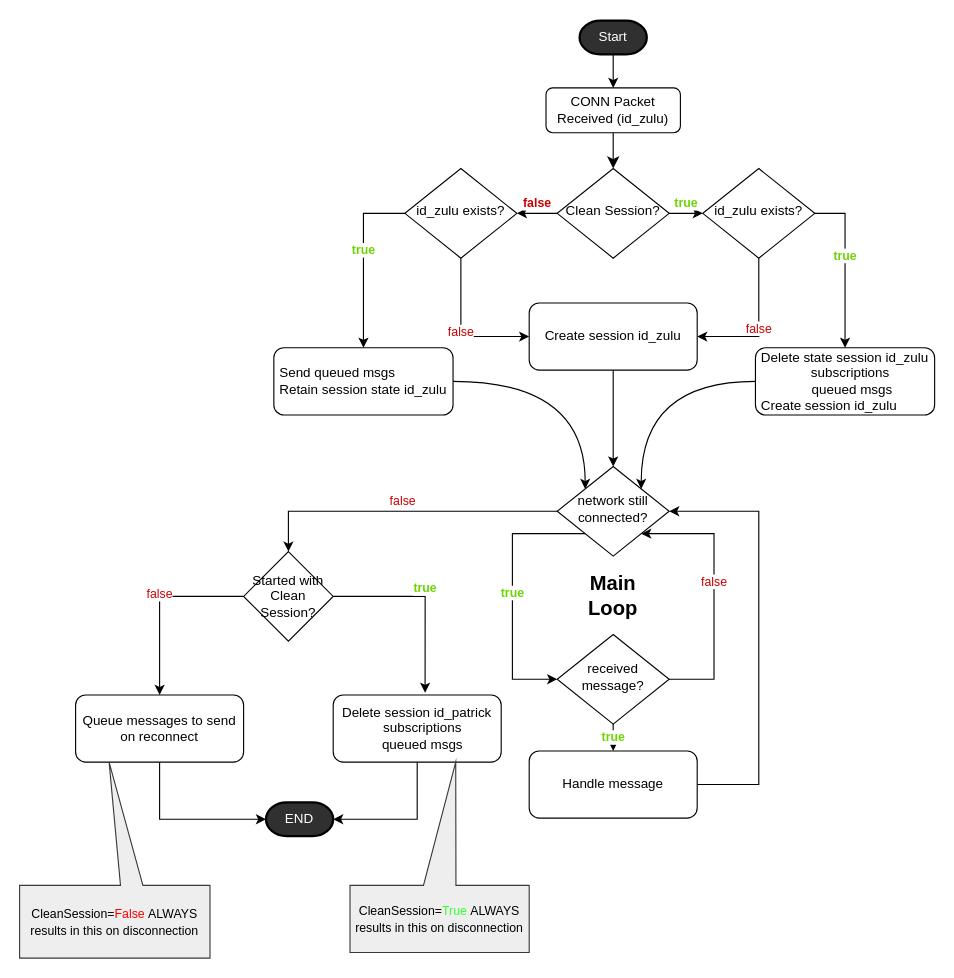
Earlier version of the draw.io diagram sources/clean-session-flow.drawio (oasis-tcs/openc2-transf-mqtt). Source tidied: cells renumbered, new cells numbered last; positions are measured from the earlier drawing's top-left corner, leaving out a move shared by most shapes. Both pictures are drawn from the tidied source at 112%, with x=0, y=0 at pixel (19, 20).
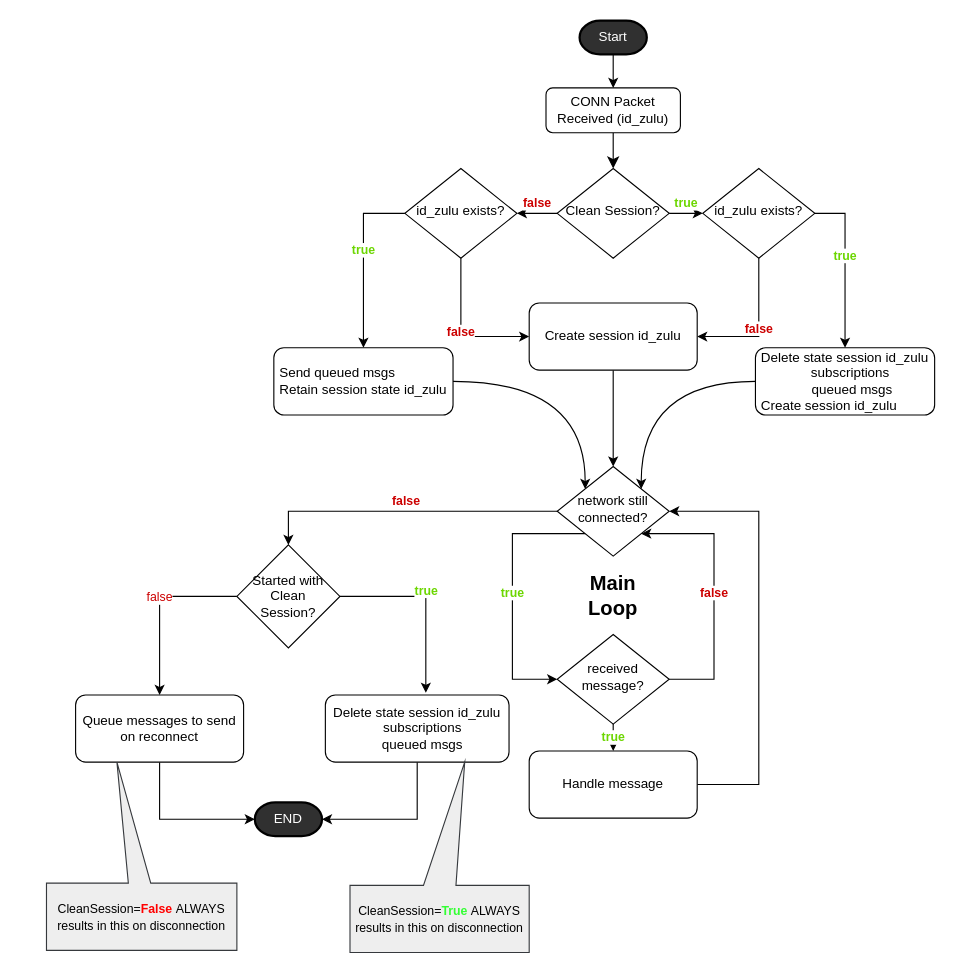
The same diagram, later.

Commit message (it also covers changes not shown here):
Improve clean-session-flow figure consistency

Unchanged cells that the change refers to:
```xml
<mxCell id="11" value="id_zulu exists?" style="rhombus;whiteSpace=wrap;html=1;shadow=0;fontFamily=Helvetica;fontSize=12;align=center;strokeWidth=1;spacing=6;spacingTop=-4;" parent="1" vertex="1">
  <mxGeometry x="344" y="132" width="100" height="80" as="geometry" />
</mxCell>
<mxCell id="14" value="id_zulu exists?" style="rhombus;whiteSpace=wrap;html=1;shadow=0;fontFamily=Helvetica;fontSize=12;align=center;strokeWidth=1;spacing=6;spacingTop=-4;" parent="1" vertex="1">
  <mxGeometry x="610" y="132" width="100" height="80" as="geometry" />
</mxCell>
<mxCell id="24" value="network still connected?" style="rhombus;whiteSpace=wrap;html=1;shadow=0;fontFamily=Helvetica;fontSize=12;align=center;strokeWidth=1;spacing=6;spacingTop=-4;" parent="1" vertex="1">
  <mxGeometry x="480" y="398" width="100" height="80" as="geometry" />
</mxCell>
<mxCell id="27" value="received&lt;br&gt;message?" style="rhombus;whiteSpace=wrap;html=1;shadow=0;fontFamily=Helvetica;fontSize=12;align=center;strokeWidth=1;spacing=6;spacingTop=-4;" parent="1" vertex="1">
  <mxGeometry x="480" y="548" width="100" height="80" as="geometry" />
</mxCell>
<mxCell id="34" value="Create session id_zulu" style="rounded=1;whiteSpace=wrap;html=1;fontSize=12;glass=0;strokeWidth=1;shadow=0;" parent="1" vertex="1">
  <mxGeometry x="455" y="252" width="150" height="60" as="geometry" />
</mxCell>
```

What changed in the source:
```diff
@@
-    <mxCell id="10" value="false" style="edgeStyle=orthogonalEdgeStyle;rounded=0;jettySize=auto;html=1;entryX=0;entryY=0.5;entryDx=0;entryDy=0;fontColor=#CC0000;exitX=0.5;exitY=1;exitDx=0;exitDy=0;" parent="1" edge="1" source="11" target="34">
+    <mxCell id="10" value="false" style="edgeStyle=orthogonalEdgeStyle;rounded=0;jettySize=auto;html=1;entryX=0;entryY=0.5;entryDx=0;entryDy=0;fontColor=#CC0000;exitX=0.5;exitY=1;exitDx=0;exitDy=0;fontStyle=1;" parent="1" edge="1" source="11" target="34">
       <mxGeometry relative="1" as="geometry" />
     </mxCell>
@@
-    <mxCell id="13" value="false" style="edgeStyle=orthogonalEdgeStyle;rounded=0;jettySize=auto;html=1;entryX=1;entryY=0.5;entryDx=0;entryDy=0;fontColor=#CC0000;exitX=0.5;exitY=1;exitDx=0;exitDy=0;" parent="1" edge="1" source="14" target="34">
+    <mxCell id="13" value="false" style="edgeStyle=orthogonalEdgeStyle;rounded=0;jettySize=auto;html=1;entryX=1;entryY=0.5;entryDx=0;entryDy=0;fontColor=#CC0000;exitX=0.5;exitY=1;exitDx=0;exitDy=0;fontStyle=1;" parent="1" edge="1" source="14" target="34">
       <mxGeometry relative="1" as="geometry" />
     </mxCell>
@@
-    <mxCell id="18" value="&lt;div style=&quot;text-align: left&quot;&gt;Delete session id_patrick&lt;/div&gt;&amp;nbsp; &amp;nbsp;subscriptions&lt;br&gt;&amp;nbsp; &amp;nbsp;queued msgs" style="rounded=1;whiteSpace=wrap;html=1;fontSize=12;glass=0;strokeWidth=1;shadow=0;" parent="1" vertex="1">
-      <mxGeometry x="280" y="602" width="150" height="60" as="geometry" />
+    <mxCell id="18" value="&lt;div style=&quot;text-align: left&quot;&gt;Delete state session id_zulu&lt;/div&gt;&amp;nbsp; &amp;nbsp;subscriptions&lt;br&gt;&amp;nbsp; &amp;nbsp;queued msgs" style="rounded=1;whiteSpace=wrap;html=1;fontSize=12;glass=0;strokeWidth=1;shadow=0;" parent="1" vertex="1">
+      <mxGeometry x="273" y="602" width="164" height="60" as="geometry" />
     </mxCell>
@@
-    <mxCell id="25" value="false" style="edgeStyle=orthogonalEdgeStyle;rounded=0;jettySize=auto;html=1;exitX=1;exitY=0.5;exitDx=0;exitDy=0;fontColor=#CC0000;verticalAlign=bottom;entryX=1;entryY=1;entryDx=0;entryDy=0;" parent="1" edge="1" source="27" target="24">
-      <mxGeometry relative="1" as="geometry">
+    <mxCell id="25" value="false" style="edgeStyle=orthogonalEdgeStyle;rounded=0;jettySize=auto;html=1;exitX=1;exitY=0.5;exitDx=0;exitDy=0;fontColor=#CC0000;verticalAlign=bottom;entryX=1;entryY=1;entryDx=0;entryDy=0;fontStyle=1;" parent="1" edge="1" source="27" target="24">
+      <mxGeometry x="-0.08" relative="1" as="geometry">
         <Array as="points">
           <mxPoint x="620" y="588" />
           <mxPoint x="620" y="458" />
         </Array>
       </mxGeometry>
     </mxCell>
@@
-    <mxCell id="35" value="Started with Clean Session?" style="rhombus;whiteSpace=wrap;html=1;" parent="1" vertex="1">
-      <mxGeometry x="200" y="474" width="80" height="80" as="geometry" />
+    <mxCell id="35" value="Started with Clean &lt;br&gt;Session?" style="rhombus;whiteSpace=wrap;html=1;" parent="1" vertex="1">
+      <mxGeometry x="194" y="468" width="92" height="92" as="geometry" />
     </mxCell>
-    <mxCell id="36" value="false" style="edgeStyle=orthogonalEdgeStyle;rounded=0;jettySize=auto;html=1;fontColor=#CC0000;verticalAlign=bottom;entryX=0.5;entryY=0;entryDx=0;entryDy=0;" parent="1" edge="1" source="24" target="35">
+    <mxCell id="36" value="false" style="edgeStyle=orthogonalEdgeStyle;rounded=0;jettySize=auto;html=1;fontColor=#CC0000;verticalAlign=bottom;entryX=0.5;entryY=0;entryDx=0;entryDy=0;fontStyle=1;" parent="1" edge="1" source="24" target="35">
       <mxGeometry relative="1" as="geometry" />
     </mxCell>
@@
     <mxCell id="38" value="END" style="strokeWidth=2;html=1;shape=mxgraph.flowchart.terminator;whiteSpace=wrap;fillColor=#303030;fontColor=#FFFFFF;" parent="1" vertex="1">
-      <mxGeometry x="220" y="698" width="60" height="30" as="geometry" />
+      <mxGeometry x="210" y="698" width="60" height="30" as="geometry" />
     </mxCell>
-    <mxCell id="39" value="&lt;font style=&quot;font-size: 11px&quot;&gt;CleanSession=&lt;/font&gt;&lt;font style=&quot;font-size: 11px&quot; color=&quot;#ff0000&quot;&gt;False&lt;/font&gt;&lt;font style=&quot;font-size: 11px&quot;&gt;&amp;nbsp;ALWAYS results in this on disconnection&lt;/font&gt;" style="shape=callout;whiteSpace=wrap;html=1;perimeter=calloutPerimeter;fillColor=#eeeeee;position2=0.47;base=20;size=110;position=0.53;flipV=1;strokeColor=#36393d;" parent="1" vertex="1">
-      <mxGeometry y="662" width="170" height="175" as="geometry" />
+    <mxCell id="39" value="&lt;font style=&quot;font-size: 11px&quot;&gt;CleanSession=&lt;/font&gt;&lt;font style=&quot;font-size: 11px&quot; color=&quot;#ff0000&quot;&gt;&lt;b&gt;False&lt;/b&gt;&lt;/font&gt;&lt;font style=&quot;font-size: 11px&quot;&gt;&amp;nbsp;ALWAYS results in this on disconnection&lt;/font&gt;" style="shape=callout;whiteSpace=wrap;html=1;perimeter=calloutPerimeter;fillColor=#eeeeee;position2=0.37;base=20;size=108;position=0.43;flipV=1;strokeColor=#36393d;" parent="1" vertex="1">
+      <mxGeometry x="24" y="662" width="170" height="168" as="geometry" />
     </mxCell>
-    <mxCell id="40" value="&lt;font style=&quot;font-size: 11px&quot;&gt;CleanSession=&lt;/font&gt;&lt;font style=&quot;font-size: 11px&quot; color=&quot;#33ff33&quot;&gt;True&lt;/font&gt;&lt;font style=&quot;font-size: 11px&quot;&gt;&amp;nbsp;ALWAYS results in this on disconnection&lt;/font&gt;" style="shape=callout;whiteSpace=wrap;html=1;perimeter=calloutPerimeter;fillColor=#eeeeee;position2=0.59;base=29;size=110;position=0.41;flipV=1;strokeColor=#36393d;" parent="1" vertex="1">
+    <mxCell id="40" value="&lt;font style=&quot;font-size: 11px&quot;&gt;CleanSession=&lt;/font&gt;&lt;font style=&quot;font-size: 11px&quot; color=&quot;#33ff33&quot;&gt;&lt;b&gt;True&lt;/b&gt;&lt;/font&gt;&lt;font style=&quot;font-size: 11px&quot;&gt;&amp;nbsp;ALWAYS results in this on disconnection&lt;/font&gt;" style="shape=callout;whiteSpace=wrap;html=1;perimeter=calloutPerimeter;fillColor=#eeeeee;position2=0.64;base=29;size=110;position=0.41;flipV=1;strokeColor=#36393d;" parent="1" vertex="1">
       <mxGeometry x="295" y="662" width="160" height="170" as="geometry" />
     </mxCell>
```
